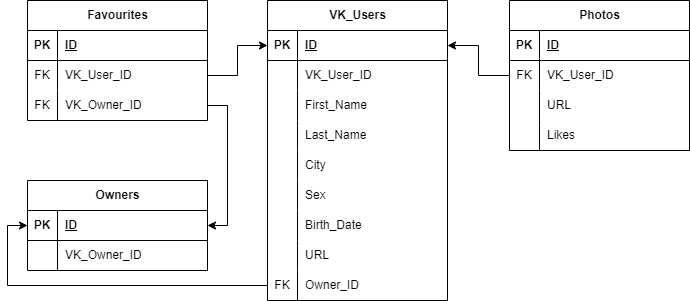
Before: PYnder DB.png, a diagram exported from draw.io (Stimul88/PYnder). Source tidied: cells renumbered, new cells last; positions are measured from the earlier drawing's top-left corner, leaving out a move shared by most shapes.
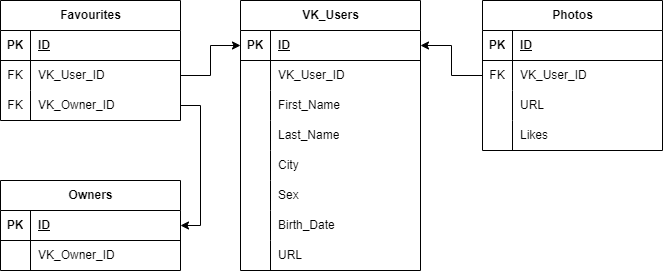
After the change.

What changed in the source:
```diff
@@ -3,7 +3,7 @@
     <mxCell id="0" />
     <mxCell id="1" parent="0" />
     <mxCell id="2" value="VK_Users" style="shape=table;startSize=30;rowLines=0;fontStyle=1;align=center;html=1;" parent="1" vertex="1">
-      <mxGeometry x="240" width="180" height="300" as="geometry" />
+      <mxGeometry x="240" width="180" height="270" as="geometry" />
     </mxCell>
     <mxCell id="3" style="shape=tableRow;horizontal=0;startSize=0;swimlaneHead=0;swimlaneBody=0;fillColor=none;points=[[0,0.5],[1,0.5]];portConstraint=eastwest;top=0;left=0;right=0;bottom=1;" parent="2" vertex="1">
       <mxGeometry y="30" width="180" height="30" as="geometry" />
@@ -77,15 +77,6 @@
     <mxCell id="26" value="URL" style="shape=partialRectangle;fillColor=none;top=0;left=0;bottom=0;right=0;align=left;spacingLeft=6;overflow=hidden;whiteSpace=wrap;html=1;" parent="24" vertex="1">
       <mxGeometry x="30" width="150" height="30" as="geometry" />
     </mxCell>
-    <mxCell id="27" style="shape=tableRow;horizontal=0;startSize=0;swimlaneHead=0;swimlaneBody=0;fillColor=none;points=[[0,0.5],[1,0.5]];portConstraint=eastwest;top=0;left=0;right=0;bottom=0;" parent="2" vertex="1">
-      <mxGeometry y="270" width="180" height="30" as="geometry" />
-    </mxCell>
-    <mxCell id="28" value="FK" style="shape=partialRectangle;fillColor=none;top=0;left=0;bottom=0;right=0;overflow=hidden;whiteSpace=wrap;html=1;" parent="27" vertex="1">
-      <mxGeometry width="30" height="30" as="geometry" />
-    </mxCell>
-    <mxCell id="29" value="Owner_ID" style="shape=partialRectangle;fillColor=none;top=0;left=0;bottom=0;right=0;align=left;spacingLeft=6;overflow=hidden;whiteSpace=wrap;html=1;" parent="27" vertex="1">
-      <mxGeometry x="30" width="150" height="30" as="geometry" />
-    </mxCell>
     <mxCell id="30" value="Photos" style="shape=table;startSize=30;rowLines=0;fontStyle=1;align=center;html=1;" parent="1" vertex="1">
       <mxGeometry x="482" width="180" height="150" as="geometry" />
     </mxCell>
@@ -176,9 +167,6 @@
     <mxCell id="59" value="VK_Owner_ID" style="shape=partialRectangle;fillColor=none;top=0;left=0;bottom=0;right=0;align=left;spacingLeft=6;overflow=hidden;whiteSpace=wrap;html=1;" parent="57" vertex="1">
       <mxGeometry x="30" width="150" height="30" as="geometry" />
     </mxCell>
-    <mxCell id="60" style="edgeStyle=orthogonalEdgeStyle;rounded=0;jettySize=auto;html=1;entryX=0;entryY=0.5;entryDx=0;entryDy=0;" parent="1" edge="1" source="27" target="44">
-      <mxGeometry relative="1" as="geometry" />
-    </mxCell>
     <mxCell id="61" style="edgeStyle=orthogonalEdgeStyle;rounded=0;jettySize=auto;html=1;entryX=1;entryY=0.5;entryDx=0;entryDy=0;" parent="1" edge="1" source="57" target="44">
       <mxGeometry relative="1" as="geometry">
         <Array as="points">
```
